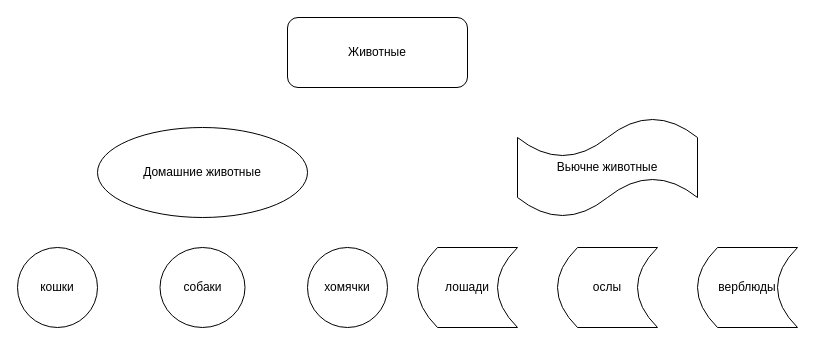
Earlier version of the draw.io diagram 6. Диаграмма Животные.drawio (Bev0802/Final_proversion_work_linux_q). Source tidied: cells renumbered, new cells numbered last; positions are measured from the earlier drawing's top-left corner, leaving out a move shared by most shapes. Both pictures are drawn from the tidied source at 100%, with x=0, y=0 at pixel (17, 17).
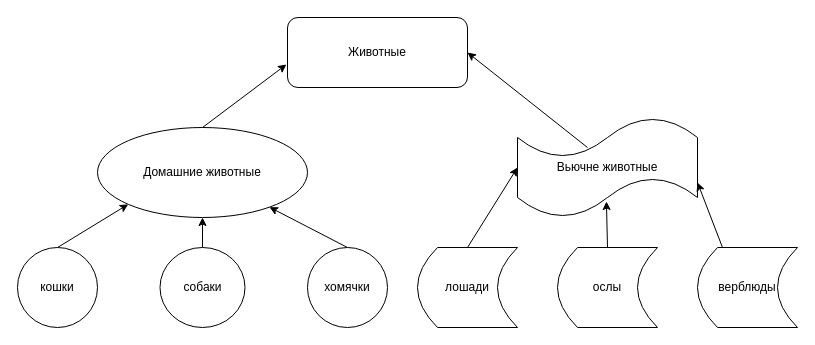
The same diagram, later.

The edit, as a diff of the source:
```diff
@@
 <mxGraphModel>
   <root>
     <mxCell id="0" />
     <mxCell id="1" parent="0" />
     <mxCell id="2" value="Животные" style="rounded=1;whiteSpace=wrap;html=1;" parent="1" vertex="1">
       <mxGeometry x="270" width="180" height="70" as="geometry" />
     </mxCell>
+    <mxCell id="11" style="edgeStyle=none;html=1;exitX=0.5;exitY=0;exitDx=0;exitDy=0;entryX=0;entryY=1;entryDx=0;entryDy=0;" parent="1" edge="1" source="3" target="6">
+      <mxGeometry relative="1" as="geometry" />
+    </mxCell>
     <mxCell id="3" value="кошки" style="ellipse;whiteSpace=wrap;html=1;" parent="1" vertex="1">
       <mxGeometry y="230" width="80" height="80" as="geometry" />
     </mxCell>
+    <mxCell id="12" style="edgeStyle=none;html=1;exitX=0.5;exitY=0;exitDx=0;exitDy=0;entryX=0.5;entryY=1;entryDx=0;entryDy=0;" parent="1" edge="1" source="4" target="6">
+      <mxGeometry relative="1" as="geometry" />
+    </mxCell>
     <mxCell id="4" value="собаки" style="ellipse;whiteSpace=wrap;html=1;" parent="1" vertex="1">
       <mxGeometry x="142.5" y="230" width="85" height="80" as="geometry" />
     </mxCell>
+    <mxCell id="13" style="edgeStyle=none;html=1;exitX=0.5;exitY=0;exitDx=0;exitDy=0;" parent="1" edge="1" source="5" target="6">
+      <mxGeometry relative="1" as="geometry" />
+    </mxCell>
     <mxCell id="5" value="хомячки" style="ellipse;whiteSpace=wrap;html=1;" parent="1" vertex="1">
       <mxGeometry x="290" y="230" width="80" height="80" as="geometry" />
     </mxCell>
     <mxCell id="6" value="Домашние животные" style="ellipse;whiteSpace=wrap;html=1;" parent="1" vertex="1">
       <mxGeometry x="80" y="110" width="210" height="90" as="geometry" />
     </mxCell>
+    <mxCell id="14" style="edgeStyle=none;html=1;entryX=1;entryY=0.5;entryDx=0;entryDy=0;exitX=0.389;exitY=0.3;exitDx=0;exitDy=0;exitPerimeter=0;" parent="1" edge="1" source="7" target="2">
+      <mxGeometry relative="1" as="geometry" />
+    </mxCell>
     <mxCell id="7" value="Вьючне животные" style="shape=tape;whiteSpace=wrap;html=1;" parent="1" vertex="1">
       <mxGeometry x="500" y="100" width="180" height="100" as="geometry" />
     </mxCell>
+    <mxCell id="15" style="edgeStyle=none;html=1;exitX=0.25;exitY=0;exitDx=0;exitDy=0;entryX=1;entryY=0.65;entryDx=0;entryDy=0;entryPerimeter=0;" parent="1" edge="1" source="8" target="7">
+      <mxGeometry relative="1" as="geometry" />
+    </mxCell>
     <mxCell id="8" value="верблюды" style="shape=dataStorage;whiteSpace=wrap;html=1;fixedSize=1;" parent="1" vertex="1">
       <mxGeometry x="680" y="230" width="100" height="80" as="geometry" />
     </mxCell>
+    <mxCell id="16" style="edgeStyle=none;html=1;exitX=0.5;exitY=0;exitDx=0;exitDy=0;entryX=0.494;entryY=0.84;entryDx=0;entryDy=0;entryPerimeter=0;" parent="1" edge="1" source="9" target="7">
+      <mxGeometry relative="1" as="geometry" />
+    </mxCell>
     <mxCell id="9" value="ослы" style="shape=dataStorage;whiteSpace=wrap;html=1;fixedSize=1;" parent="1" vertex="1">
       <mxGeometry x="540" y="230" width="100" height="80" as="geometry" />
     </mxCell>
+    <mxCell id="17" style="edgeStyle=none;html=1;exitX=0.5;exitY=0;exitDx=0;exitDy=0;entryX=0;entryY=0.5;entryDx=0;entryDy=0;entryPerimeter=0;" parent="1" edge="1" source="10" target="7">
+      <mxGeometry relative="1" as="geometry" />
+    </mxCell>
     <mxCell id="10" value="лошади" style="shape=dataStorage;whiteSpace=wrap;html=1;fixedSize=1;" parent="1" vertex="1">
       <mxGeometry x="400" y="230" width="100" height="80" as="geometry" />
     </mxCell>
+    <mxCell id="18" style="edgeStyle=none;html=1;exitX=0.5;exitY=0;exitDx=0;exitDy=0;entryX=-0.006;entryY=0.671;entryDx=0;entryDy=0;entryPerimeter=0;" parent="1" edge="1" source="6" target="2">
+      <mxGeometry relative="1" as="geometry" />
+    </mxCell>
   </root>
 </mxGraphModel>
```
